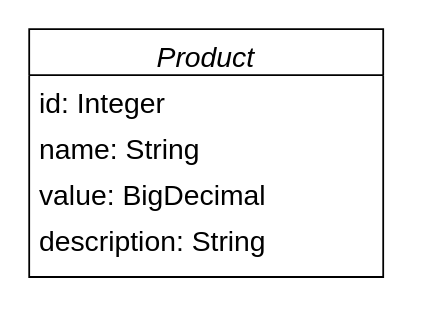
The draw.io diagram uml.drawio in compass-desafio-3/products-api, before the edit. Source tidied: cells renumbered, new cells numbered last; positions are measured from the earlier drawing's top-left corner, leaving out a move shared by most shapes. Both pictures are drawn from the tidied source at 177%, with x=0, y=0 at pixel (28, 28).
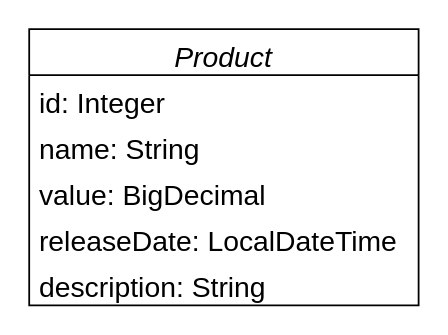
The same diagram, later.

Commit message (it also covers changes not shown here):
Update: Updating ProductController, pom.xml and uml

What changed in the source:
```diff
@@
 <mxGraphModel>
   <root>
     <mxCell id="0" />
     <mxCell id="1" parent="0" />
     <mxCell id="2" value="Product" style="swimlane;fontStyle=2;align=center;verticalAlign=top;horizontal=1;startSize=26;rounded=0;shadow=0;strokeWidth=1;fontSize=16;" parent="1" vertex="1">
-      <mxGeometry width="200" height="140" as="geometry" />
+      <mxGeometry width="220" height="156" as="geometry" />
     </mxCell>
     <mxCell id="3" value="id: Integer" style="text;align=left;verticalAlign=top;spacingLeft=4;spacingRight=4;overflow=hidden;fontSize=16;" parent="2" vertex="1">
-      <mxGeometry y="26" width="200" height="26" as="geometry" />
+      <mxGeometry y="26" width="220" height="26" as="geometry" />
     </mxCell>
     <mxCell id="4" value="name: String" style="text;align=left;verticalAlign=top;spacingLeft=4;spacingRight=4;overflow=hidden;fontSize=16;" parent="2" vertex="1">
-      <mxGeometry y="52" width="200" height="26" as="geometry" />
+      <mxGeometry y="52" width="220" height="26" as="geometry" />
     </mxCell>
     <mxCell id="5" value="value: BigDecimal" style="text;align=left;verticalAlign=top;spacingLeft=4;spacingRight=4;overflow=hidden;rounded=0;shadow=0;html=0;fontSize=16;" parent="2" vertex="1">
-      <mxGeometry y="78" width="200" height="26" as="geometry" />
+      <mxGeometry y="78" width="220" height="26" as="geometry" />
     </mxCell>
+    <mxCell id="7" value="releaseDate: LocalDateTime" style="text;align=left;verticalAlign=top;spacingLeft=4;spacingRight=4;overflow=hidden;rounded=0;shadow=0;html=0;fontSize=16;" parent="2" vertex="1">
+      <mxGeometry y="104" width="220" height="26" as="geometry" />
+    </mxCell>
     <mxCell id="6" value="description: String" style="text;align=left;verticalAlign=top;spacingLeft=4;spacingRight=4;overflow=hidden;rounded=0;shadow=0;html=0;fontSize=16;" parent="2" vertex="1">
-      <mxGeometry y="104" width="200" height="26" as="geometry" />
+      <mxGeometry y="130" width="220" height="26" as="geometry" />
     </mxCell>
   </root>
 </mxGraphModel>
```
